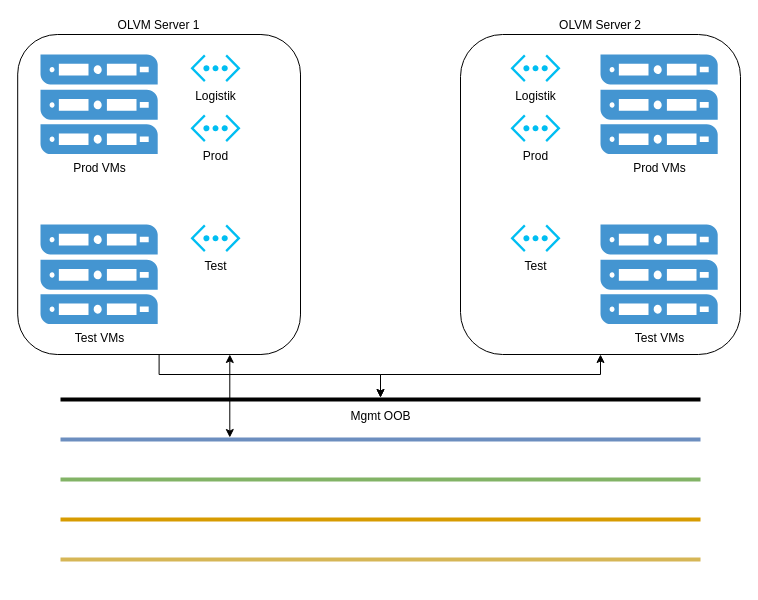
This is network.drawio from lhirdman/log4, a draw.io file, before an edit. Source tidied: cells renumbered, new cells numbered last; positions are measured from the earlier drawing's top-left corner, leaving out a move shared by most shapes. Both pictures are drawn from the tidied source at 100%, with x=0, y=0 at pixel (17, 34).
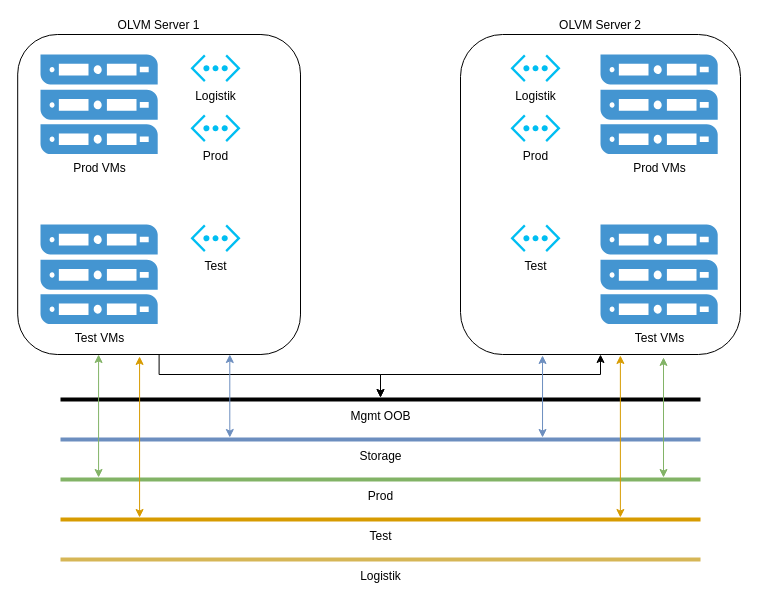
The same diagram, later.

Unchanged cells that the change refers to:
```xml
<mxCell id="4" value="OLVM Server 1" style="rounded=1;whiteSpace=wrap;html=1;verticalAlign=bottom;labelPosition=center;verticalLabelPosition=top;align=center;arcSize=14;" parent="1" vertex="1">
  <mxGeometry x="0.2" width="282.8" height="320" as="geometry" />
</mxCell>
<mxCell id="8" value="OLVM Server 2" style="rounded=1;whiteSpace=wrap;html=1;verticalAlign=bottom;labelPosition=center;verticalLabelPosition=top;align=center;" parent="1" vertex="1">
  <mxGeometry x="443" width="280" height="320" as="geometry" />
</mxCell>
```

What changed in the source:
```diff
@@
-    <mxCell id="11" style="line;strokeWidth=4;html=1;perimeter=backbonePerimeter;points=[];outlineConnect=0;fillColor=#dae8fc;strokeColor=#6c8ebf;" parent="1" vertex="1">
+    <mxCell id="11" value="Storage" style="line;strokeWidth=4;html=1;perimeter=backbonePerimeter;points=[];outlineConnect=0;fillColor=#dae8fc;strokeColor=#6c8ebf;" parent="1" vertex="1">
       <mxGeometry x="43" y="400" width="640" height="10" as="geometry" />
     </mxCell>
-    <mxCell id="12" style="line;strokeWidth=4;html=1;perimeter=backbonePerimeter;points=[];outlineConnect=0;fillColor=#d5e8d4;strokeColor=#82b366;" parent="1" vertex="1">
+    <mxCell id="12" value="Prod" style="line;strokeWidth=4;html=1;perimeter=backbonePerimeter;points=[];outlineConnect=0;fillColor=#d5e8d4;strokeColor=#82b366;" parent="1" vertex="1">
       <mxGeometry x="43" y="440" width="640" height="10" as="geometry" />
     </mxCell>
-    <mxCell id="13" style="line;strokeWidth=4;html=1;perimeter=backbonePerimeter;points=[];outlineConnect=0;fillColor=#ffe6cc;strokeColor=#d79b00;" parent="1" vertex="1">
+    <mxCell id="13" value="Test" style="line;strokeWidth=4;html=1;perimeter=backbonePerimeter;points=[];outlineConnect=0;fillColor=#ffe6cc;strokeColor=#d79b00;" parent="1" vertex="1">
       <mxGeometry x="43" y="480" width="640" height="10" as="geometry" />
     </mxCell>
-    <mxCell id="14" style="line;strokeWidth=4;html=1;perimeter=backbonePerimeter;fillColor=#fff2cc;strokeColor=#d6b656;" parent="1" vertex="1">
+    <mxCell id="14" value="Logistik" style="line;strokeWidth=4;html=1;perimeter=backbonePerimeter;fillColor=#fff2cc;strokeColor=#d6b656;" parent="1" vertex="1">
       <mxGeometry x="43" y="520" width="640" height="10" as="geometry" />
     </mxCell>
@@
-    <mxCell id="22" style="endArrow=classic;startArrow=classic;html=1;rounded=0;exitX=0.75;exitY=1;exitDx=0;exitDy=0;" parent="1" edge="1" source="4" target="11">
+    <mxCell id="22" style="endArrow=classic;startArrow=classic;html=1;rounded=0;exitX=0.75;exitY=1;exitDx=0;exitDy=0;fillColor=#dae8fc;strokeColor=#6c8ebf;" parent="1" edge="1" source="4" target="11">
       <mxGeometry relative="1" as="geometry" />
     </mxCell>
+    <mxCell id="23" style="endArrow=classic;startArrow=classic;html=1;rounded=0;exitX=0.293;exitY=1.003;exitDx=0;exitDy=0;fillColor=#dae8fc;strokeColor=#6c8ebf;exitPerimeter=0;" parent="1" edge="1" source="8" target="11">
+      <mxGeometry relative="1" as="geometry" />
+    </mxCell>
+    <mxCell id="24" style="endArrow=classic;startArrow=classic;html=1;rounded=0;strokeColor=#82b366;entryX=0.286;entryY=1;entryDx=0;entryDy=0;entryPerimeter=0;fillColor=#d5e8d4;" parent="1" edge="1" source="12" target="4">
+      <mxGeometry relative="1" as="geometry" />
+    </mxCell>
+    <mxCell id="25" style="endArrow=classic;startArrow=classic;html=1;rounded=0;strokeColor=#82b366;entryX=0.725;entryY=1.009;entryDx=0;entryDy=0;entryPerimeter=0;fillColor=#d5e8d4;" parent="1" edge="1" source="12" target="8">
+      <mxGeometry relative="1" as="geometry" />
+    </mxCell>
+    <mxCell id="26" style="endArrow=classic;startArrow=classic;html=1;rounded=0;strokeColor=#d79b00;entryX=0.431;entryY=1.006;entryDx=0;entryDy=0;entryPerimeter=0;fillColor=#ffe6cc;" parent="1" edge="1" source="13" target="4">
+      <mxGeometry relative="1" as="geometry" />
+    </mxCell>
+    <mxCell id="27" style="endArrow=classic;startArrow=classic;html=1;rounded=0;strokeColor=#d79b00;fillColor=#ffe6cc;entryX=0.571;entryY=1.003;entryDx=0;entryDy=0;entryPerimeter=0;" parent="1" edge="1" source="13" target="8">
+      <mxGeometry relative="1" as="geometry" />
+    </mxCell>
```
